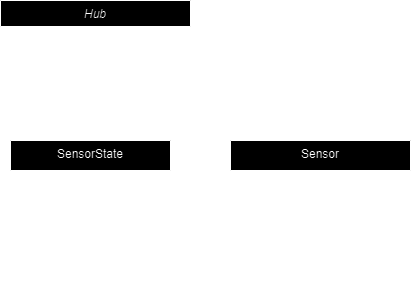
Above: models.png in Focus1337/DWMS-ControlWork (draw.io), before the change. Source tidied: cells renumbered, new cells last; positions are measured from the earlier drawing's top-left corner, leaving out a move shared by most shapes.
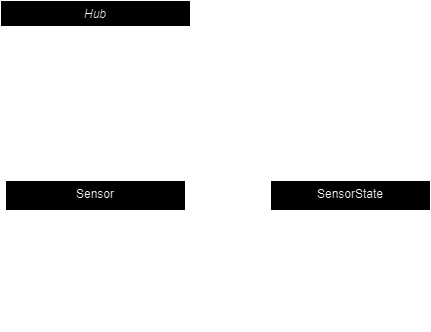
The same file after the commit.

The edit, as a diff of the source:
```diff
@@ -12,7 +12,7 @@
       <mxGeometry y="52" width="190" height="26" as="geometry" />
     </mxCell>
     <mxCell id="5" value="Sensor" style="swimlane;fontStyle=0;align=center;verticalAlign=top;horizontal=1;startSize=30;rounded=0;shadow=0;strokeWidth=1;" parent="1" vertex="1">
-      <mxGeometry x="230" y="140" width="180" height="150" as="geometry" />
+      <mxGeometry x="5" y="180" width="180" height="150" as="geometry" />
     </mxCell>
     <mxCell id="6" value="id: guid" style="text;align=left;verticalAlign=top;spacingLeft=4;spacingRight=4;overflow=hidden;" parent="5" vertex="1">
       <mxGeometry y="30" width="180" height="26" as="geometry" />
@@ -26,11 +26,11 @@
     <mxCell id="9" value="type: string" style="text;align=left;verticalAlign=top;spacingLeft=4;spacingRight=4;overflow=hidden;rounded=0;shadow=0;html=0;" parent="5" vertex="1">
       <mxGeometry y="108" width="180" height="26" as="geometry" />
     </mxCell>
-    <mxCell id="10" style="endArrow=block;endSize=10;endFill=0;shadow=0;strokeWidth=1;rounded=0;edgeStyle=elbowEdgeStyle;elbow=vertical;" parent="1" edge="1" source="5" target="13">
+    <mxCell id="10" style="endArrow=block;endSize=10;endFill=0;shadow=0;strokeWidth=1;rounded=0;edgeStyle=elbowEdgeStyle;elbow=vertical;" parent="1" edge="1" source="5" target="2">
       <mxGeometry relative="1" as="geometry" />
     </mxCell>
     <mxCell id="11" value="SensorState" style="swimlane;fontStyle=0;align=center;verticalAlign=top;horizontal=1;startSize=30;rounded=0;shadow=0;strokeWidth=1;" parent="1" vertex="1">
-      <mxGeometry x="10" y="140" width="160" height="150" as="geometry" />
+      <mxGeometry x="270" y="180" width="160" height="150" as="geometry" />
     </mxCell>
     <mxCell id="12" value="id: guid" style="text;align=left;verticalAlign=top;spacingLeft=4;spacingRight=4;overflow=hidden;" parent="11" vertex="1">
       <mxGeometry y="30" width="160" height="26" as="geometry" />
@@ -44,10 +44,10 @@
     <mxCell id="15" value="state: object" style="text;align=left;verticalAlign=top;spacingLeft=4;spacingRight=4;overflow=hidden;" parent="11" vertex="1">
       <mxGeometry y="108" width="160" height="26" as="geometry" />
     </mxCell>
-    <mxCell id="16" style="endArrow=block;endSize=10;endFill=0;shadow=0;strokeWidth=1;rounded=0;edgeStyle=elbowEdgeStyle;elbow=vertical;" parent="1" edge="1" source="11" target="2">
+    <mxCell id="16" style="endArrow=block;endSize=10;endFill=0;shadow=0;strokeWidth=1;rounded=0;edgeStyle=elbowEdgeStyle;elbow=vertical;" parent="1" edge="1" source="11" target="5">
       <mxGeometry relative="1" as="geometry">
         <Array as="points">
-          <mxPoint x="90" y="120" />
+          <mxPoint x="210" y="260" />
         </Array>
       </mxGeometry>
     </mxCell>
```
